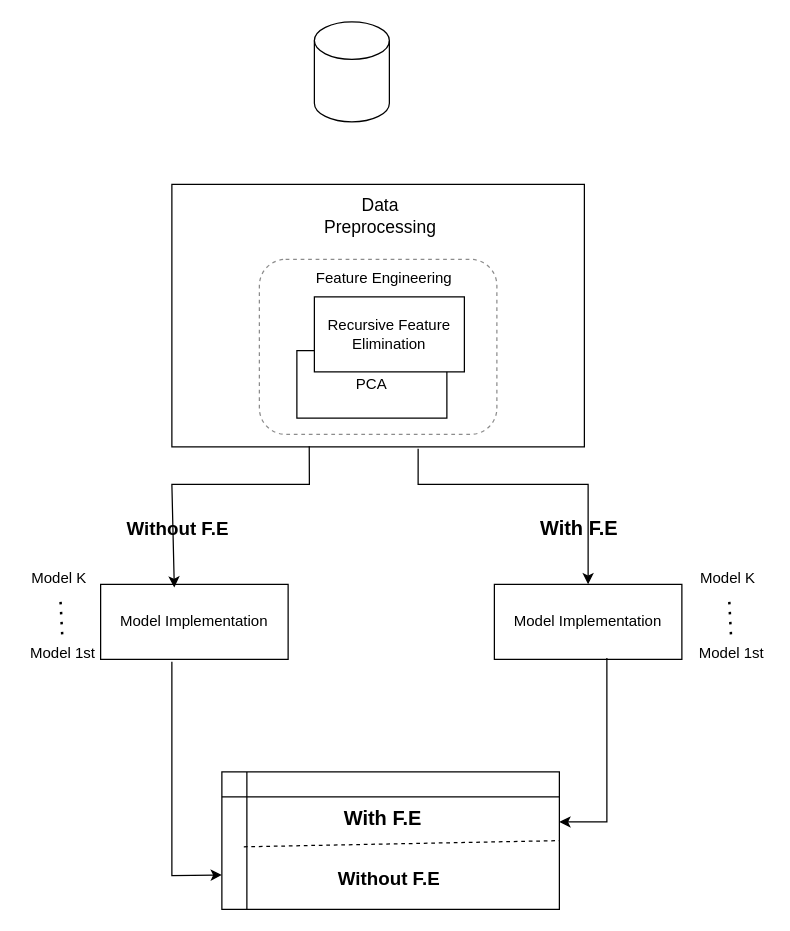
Earlier version of the draw.io diagram archi-ml-preprocess.drawio (jonamadk/DrawIO). Source tidied: cells renumbered, new cells numbered last; positions are measured from the earlier drawing's top-left corner, leaving out a move shared by most shapes. Both pictures are drawn from the tidied source at 125%, with x=0, y=0 at pixel (21, 21).
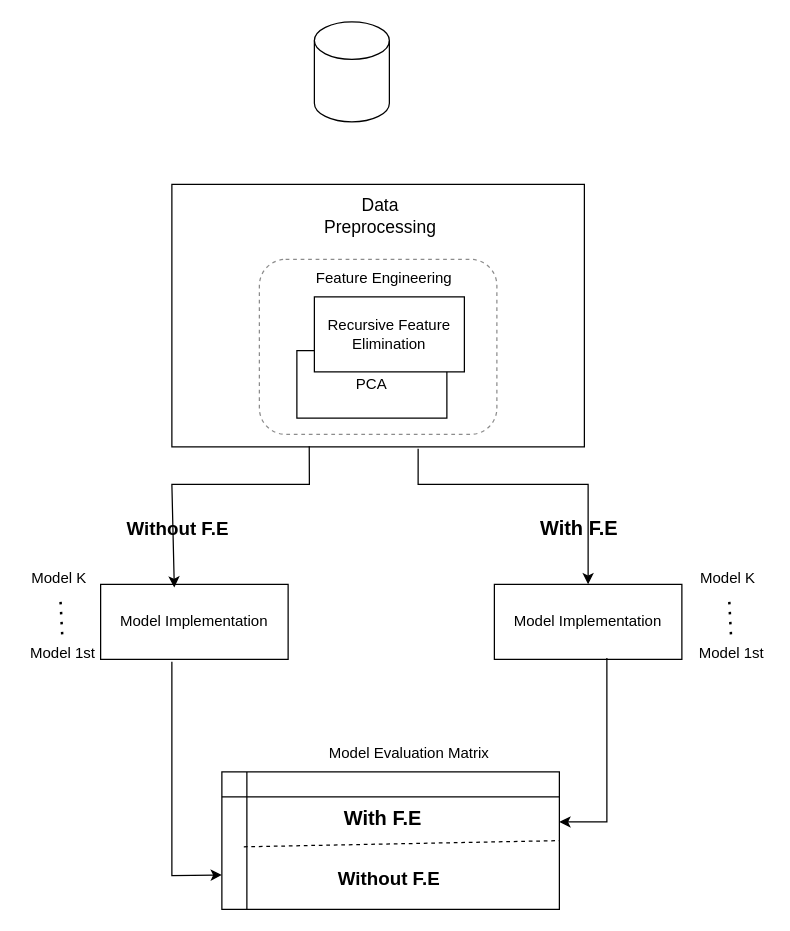
Above is the later version.

Change to the diagram source:
```diff
@@
+    <mxCell id="32" value="Model Evaluation Matrix" style="text;html=1;align=center;verticalAlign=middle;whiteSpace=wrap;rounded=0;" parent="1" vertex="1">
+      <mxGeometry x="220" y="570" width="180" height="30" as="geometry" />
+    </mxCell>
```
